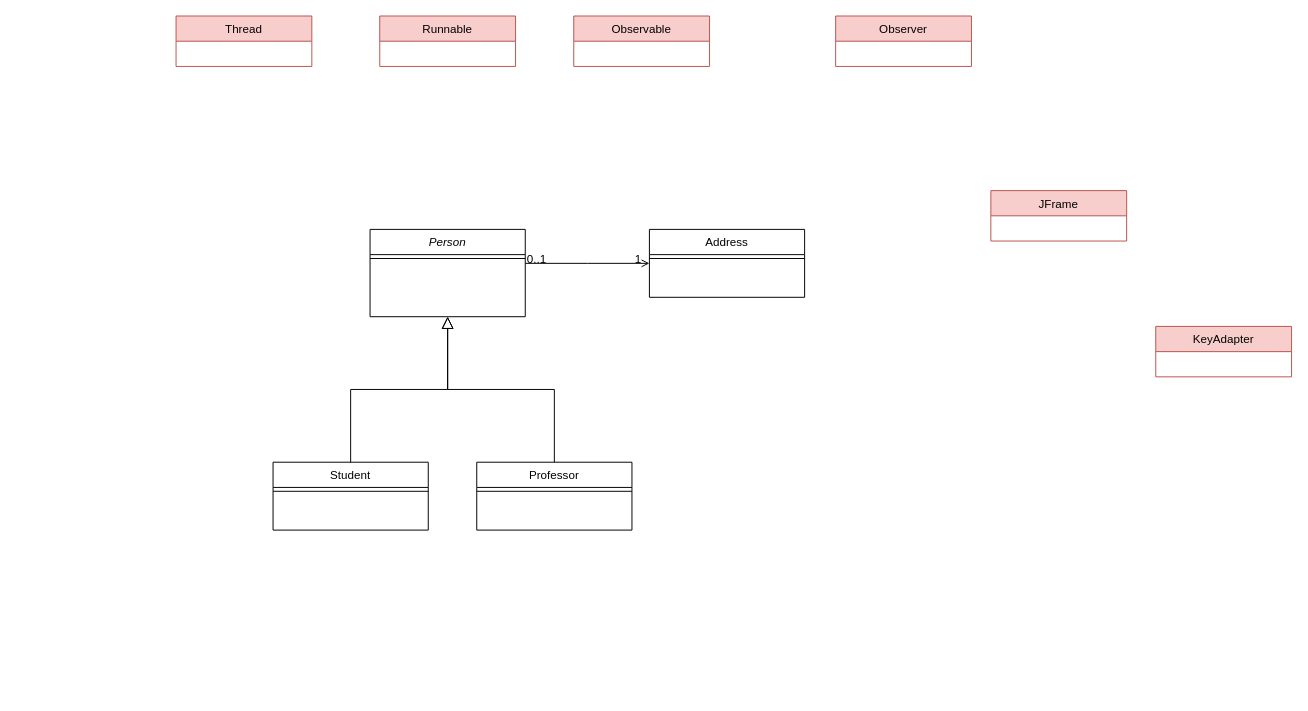
The draw.io diagram Conception/Gyromite Class Diagram.drawio in Yaimuu/Gyromite, before the edit. Source tidied: cells renumbered, new cells numbered last; positions are measured from the earlier drawing's top-left corner, leaving out a move shared by most shapes. Both pictures are drawn from the tidied source at 97%, with x=0, y=0 at pixel (176, 16).
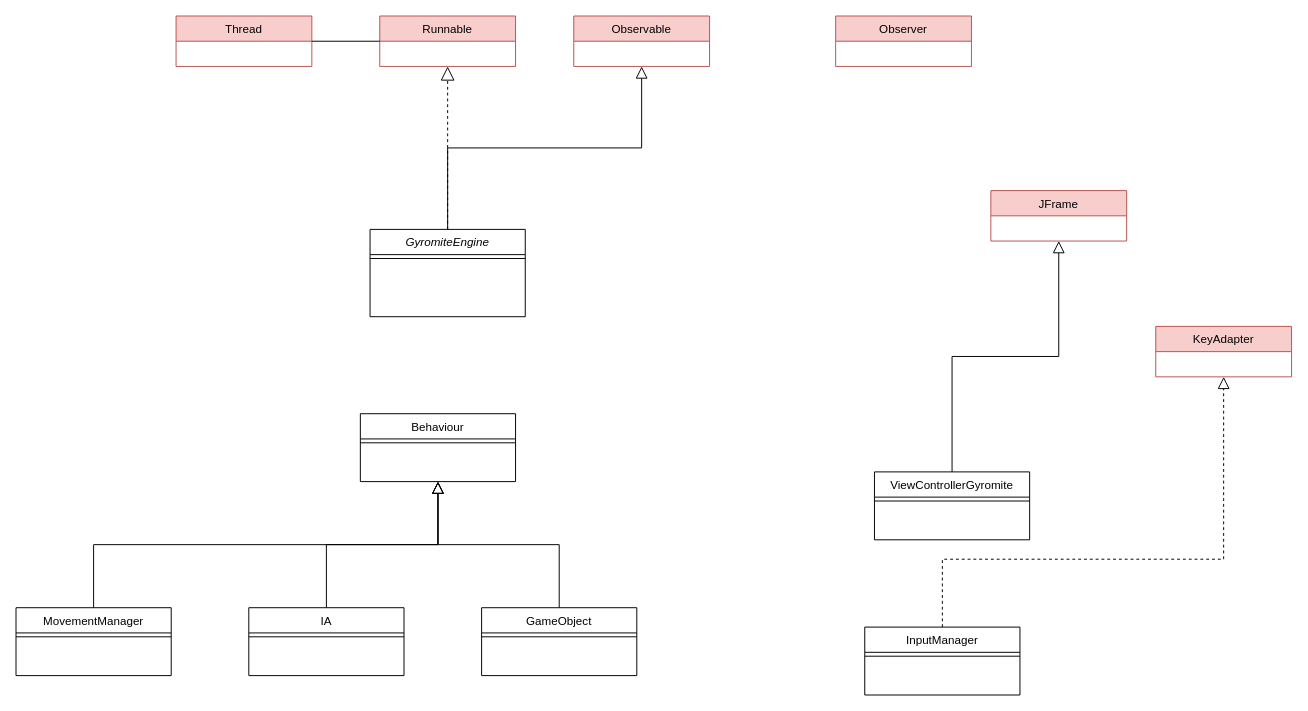
The same diagram, later.

The change refers to these unchanged cells:
```xml
<mxCell id="15" value="Thread" style="swimlane;fontStyle=0;horizontal=1;startSize=26;fillColor=#f8cecc;strokeColor=#b85450;" parent="1" vertex="1">
  <mxGeometry width="140" height="52" as="geometry" />
</mxCell>
<mxCell id="17" value="Observable" style="swimlane;fontStyle=0;horizontal=1;startSize=26;fillColor=#f8cecc;strokeColor=#b85450;" parent="1" vertex="1">
  <mxGeometry x="410" width="140" height="52" as="geometry" />
</mxCell>
<mxCell id="18" value="Runnable" style="swimlane;fontStyle=0;horizontal=1;startSize=26;fillColor=#f8cecc;strokeColor=#b85450;" parent="1" vertex="1">
  <mxGeometry x="210" width="140" height="52" as="geometry" />
</mxCell>
<mxCell id="19" value="JFrame" style="swimlane;fontStyle=0;horizontal=1;startSize=26;fillColor=#f8cecc;strokeColor=#b85450;" parent="1" vertex="1">
  <mxGeometry x="840" y="180" width="140" height="52" as="geometry" />
</mxCell>
<mxCell id="20" value="KeyAdapter" style="swimlane;fontStyle=0;horizontal=1;startSize=26;fillColor=#f8cecc;strokeColor=#b85450;" parent="1" vertex="1">
  <mxGeometry x="1010" y="320" width="140" height="52" as="geometry" />
</mxCell>
```

Change to the diagram source:
```diff
@@
-    <mxCell id="2" value="Person" style="swimlane;fontStyle=2;align=center;verticalAlign=top;horizontal=1;startSize=26;rounded=0;shadow=0;strokeWidth=1;" parent="1" vertex="1">
+    <mxCell id="2" value="GyromiteEngine" style="swimlane;fontStyle=2;align=center;verticalAlign=top;horizontal=1;startSize=26;rounded=0;shadow=0;strokeWidth=1;" parent="1" vertex="1">
       <mxGeometry x="200" y="220" width="160" height="90" as="geometry" />
     </mxCell>
@@
-    <mxCell id="4" value="Student" style="swimlane;fontStyle=0;align=center;verticalAlign=top;horizontal=1;startSize=26;rounded=0;shadow=0;strokeWidth=1;" parent="1" vertex="1">
-      <mxGeometry x="100" y="460" width="160" height="70" as="geometry" />
+    <mxCell id="4" value="MovementManager" style="swimlane;fontStyle=0;align=center;verticalAlign=top;horizontal=1;startSize=26;rounded=0;shadow=0;strokeWidth=1;" parent="1" vertex="1">
+      <mxGeometry x="-165" y="610" width="160" height="70" as="geometry" />
     </mxCell>
@@
-    <mxCell id="6" style="endArrow=block;endSize=10;endFill=0;shadow=0;strokeWidth=1;rounded=0;edgeStyle=elbowEdgeStyle;elbow=vertical;" parent="1" edge="1" source="4" target="2">
-      <mxGeometry relative="1" as="geometry" />
-    </mxCell>
-    <mxCell id="7" value="Professor" style="swimlane;fontStyle=0;align=center;verticalAlign=top;horizontal=1;startSize=26;rounded=0;shadow=0;strokeWidth=1;" parent="1" vertex="1">
-      <mxGeometry x="310" y="460" width="160" height="70" as="geometry" />
+    <mxCell id="7" value="IA" style="swimlane;fontStyle=0;align=center;verticalAlign=top;horizontal=1;startSize=26;rounded=0;shadow=0;strokeWidth=1;" parent="1" vertex="1">
+      <mxGeometry x="75" y="610" width="160" height="70" as="geometry" />
     </mxCell>
@@
-    <mxCell id="9" style="endArrow=block;endSize=10;endFill=0;shadow=0;strokeWidth=1;rounded=0;edgeStyle=elbowEdgeStyle;elbow=vertical;" parent="1" edge="1" source="7" target="2">
-      <mxGeometry relative="1" as="geometry" />
-    </mxCell>
-    <mxCell id="10" value="Address" style="swimlane;fontStyle=0;align=center;verticalAlign=top;horizontal=1;startSize=26;rounded=0;shadow=0;strokeWidth=1;" parent="1" vertex="1">
-      <mxGeometry x="488" y="220" width="160" height="70" as="geometry" />
+    <mxCell id="10" value="GameObject" style="swimlane;fontStyle=0;align=center;verticalAlign=top;horizontal=1;startSize=26;rounded=0;shadow=0;strokeWidth=1;" parent="1" vertex="1">
+      <mxGeometry x="315" y="610" width="160" height="70" as="geometry" />
     </mxCell>
@@
-    <mxCell id="12" style="endArrow=open;shadow=0;strokeWidth=1;rounded=0;endFill=1;edgeStyle=elbowEdgeStyle;elbow=vertical;" parent="1" edge="1" source="2" target="10">
-      <mxGeometry x="0.5" y="41" relative="1" as="geometry">
-        <mxPoint x="-40" y="32" as="offset" />
-      </mxGeometry>
-    </mxCell>
-    <mxCell id="13" value="0..1" style="align=left;verticalAlign=bottom;labelBackgroundColor=none;fontSize=12;" parent="12" vertex="1">
-      <mxGeometry x="-1" relative="1" as="geometry">
-        <mxPoint y="4" as="offset" />
-      </mxGeometry>
-    </mxCell>
-    <mxCell id="14" value="1" style="align=right;verticalAlign=bottom;labelBackgroundColor=none;fontSize=12;" parent="12" vertex="1">
-      <mxGeometry x="1" relative="1" as="geometry">
-        <mxPoint x="-7" y="4" as="offset" />
-      </mxGeometry>
-    </mxCell>
@@
+    <mxCell id="21" style="endArrow=none;html=1;fontColor=#FF0000;exitX=1;exitY=0.5;exitDx=0;exitDy=0;entryX=0;entryY=0.5;entryDx=0;entryDy=0;" parent="1" edge="1" source="15" target="18">
+      <mxGeometry relative="1" as="geometry" />
+    </mxCell>
+    <mxCell id="22" style="endArrow=block;endSize=10;endFill=0;shadow=0;strokeWidth=1;rounded=0;edgeStyle=elbowEdgeStyle;elbow=vertical;entryX=0.5;entryY=1;entryDx=0;entryDy=0;exitX=0.5;exitY=0;exitDx=0;exitDy=0;" parent="1" edge="1" source="2" target="17">
+      <mxGeometry relative="1" as="geometry" />
+    </mxCell>
+    <mxCell id="23" style="endArrow=block;dashed=1;endFill=0;endSize=12;html=1;fontColor=#FF0000;exitX=0.5;exitY=0;exitDx=0;exitDy=0;entryX=0.5;entryY=1;entryDx=0;entryDy=0;" parent="1" edge="1" source="2" target="18">
+      <mxGeometry relative="1" as="geometry" />
+    </mxCell>
+    <mxCell id="24" value="ViewControllerGyromite" style="swimlane;fontStyle=0;align=center;verticalAlign=top;horizontal=1;startSize=26;rounded=0;shadow=0;strokeWidth=1;" parent="1" vertex="1">
+      <mxGeometry x="720" y="470" width="160" height="70" as="geometry" />
+    </mxCell>
+    <mxCell id="25" style="line;html=1;strokeWidth=1;align=left;verticalAlign=middle;spacingTop=-1;spacingLeft=3;spacingRight=3;labelPosition=right;" parent="24" vertex="1">
+      <mxGeometry y="26" width="160" height="8" as="geometry" />
+    </mxCell>
+    <mxCell id="26" value="Behaviour" style="swimlane;fontStyle=0;align=center;verticalAlign=top;horizontal=1;startSize=26;rounded=0;shadow=0;strokeWidth=1;" parent="1" vertex="1">
+      <mxGeometry x="190" y="410" width="160" height="70" as="geometry" />
+    </mxCell>
+    <mxCell id="27" style="line;html=1;strokeWidth=1;align=left;verticalAlign=middle;spacingTop=-1;spacingLeft=3;spacingRight=3;labelPosition=right;" parent="26" vertex="1">
+      <mxGeometry y="26" width="160" height="8" as="geometry" />
+    </mxCell>
+    <mxCell id="28" style="endArrow=block;endSize=10;endFill=0;shadow=0;strokeWidth=1;rounded=0;edgeStyle=elbowEdgeStyle;elbow=vertical;entryX=0.5;entryY=1;entryDx=0;entryDy=0;exitX=0.5;exitY=0;exitDx=0;exitDy=0;" parent="1" edge="1" source="4" target="26">
+      <mxGeometry relative="1" as="geometry" />
+    </mxCell>
+    <mxCell id="29" style="endArrow=block;endSize=10;endFill=0;shadow=0;strokeWidth=1;rounded=0;edgeStyle=elbowEdgeStyle;elbow=vertical;entryX=0.5;entryY=1;entryDx=0;entryDy=0;exitX=0.5;exitY=0;exitDx=0;exitDy=0;" parent="1" edge="1" source="7">
+      <mxGeometry relative="1" as="geometry">
+        <mxPoint x="270" y="480" as="targetPoint" />
+      </mxGeometry>
+    </mxCell>
+    <mxCell id="30" style="endArrow=block;endSize=10;endFill=0;shadow=0;strokeWidth=1;rounded=0;edgeStyle=elbowEdgeStyle;elbow=vertical;entryX=0.5;entryY=1;entryDx=0;entryDy=0;exitX=0.5;exitY=0;exitDx=0;exitDy=0;" parent="1" edge="1" source="10" target="26">
+      <mxGeometry relative="1" as="geometry" />
+    </mxCell>
+    <mxCell id="31" style="endArrow=block;endSize=10;endFill=0;shadow=0;strokeWidth=1;rounded=0;edgeStyle=elbowEdgeStyle;elbow=vertical;entryX=0.5;entryY=1;entryDx=0;entryDy=0;exitX=0.5;exitY=0;exitDx=0;exitDy=0;" parent="1" edge="1" source="24" target="19">
+      <mxGeometry relative="1" as="geometry" />
+    </mxCell>
+    <mxCell id="32" value="InputManager" style="swimlane;fontStyle=0;align=center;verticalAlign=top;horizontal=1;startSize=26;rounded=0;shadow=0;strokeWidth=1;" parent="1" vertex="1">
+      <mxGeometry x="710" y="630" width="160" height="70" as="geometry" />
+    </mxCell>
+    <mxCell id="33" style="line;html=1;strokeWidth=1;align=left;verticalAlign=middle;spacingTop=-1;spacingLeft=3;spacingRight=3;labelPosition=right;" parent="32" vertex="1">
+      <mxGeometry y="26" width="160" height="8" as="geometry" />
+    </mxCell>
+    <mxCell id="34" style="endArrow=block;endSize=10;endFill=0;shadow=0;strokeWidth=1;rounded=0;edgeStyle=elbowEdgeStyle;elbow=vertical;entryX=0.5;entryY=1;entryDx=0;entryDy=0;exitX=0.5;exitY=0;exitDx=0;exitDy=0;dashed=1;" parent="1" edge="1" source="32" target="20">
+      <mxGeometry relative="1" as="geometry">
+        <Array as="points">
+          <mxPoint x="940" y="560" />
+        </Array>
+      </mxGeometry>
+    </mxCell>
```
